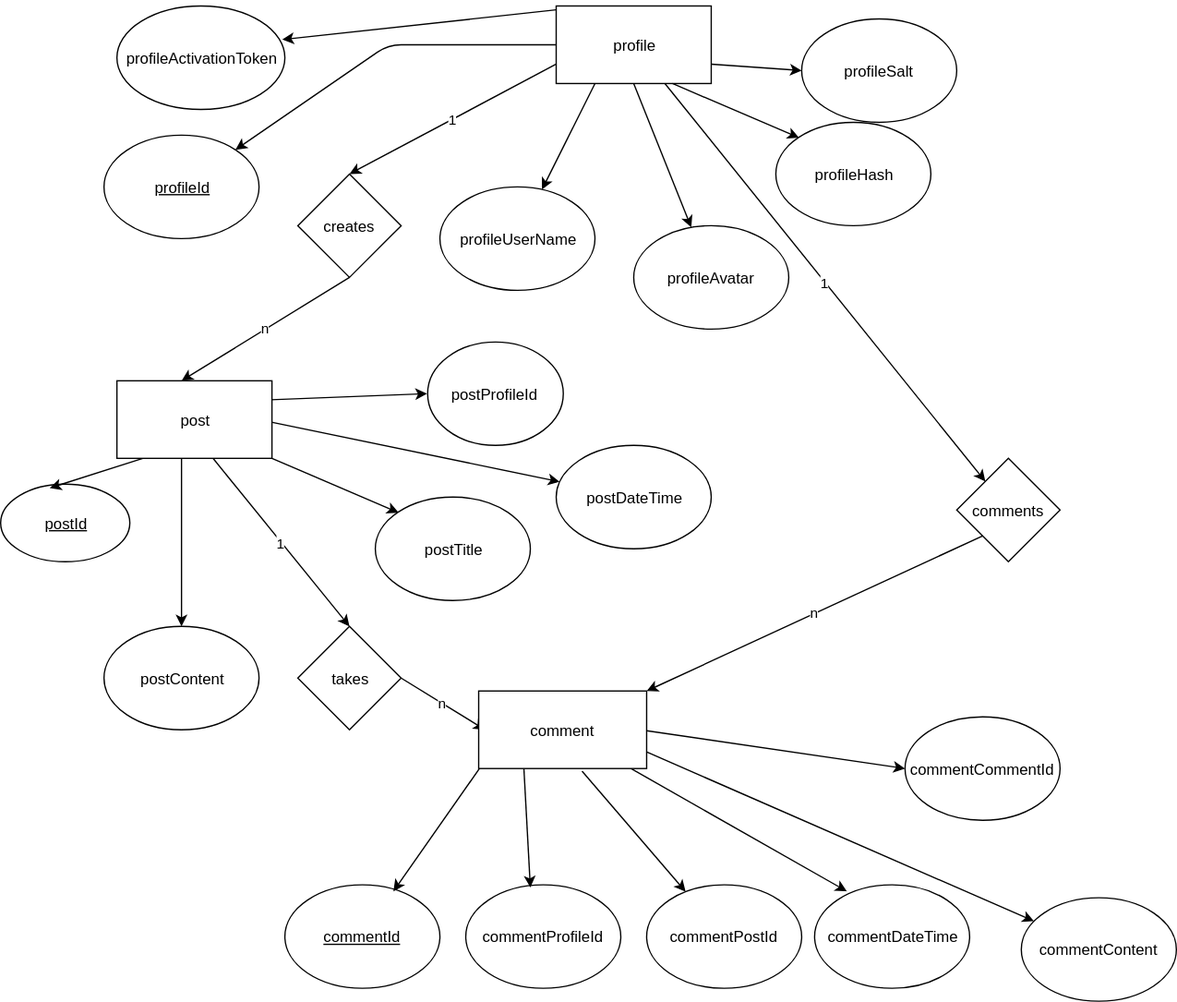
Earlier version of the draw.io export images/datadesignerd.svg (Npascetti/data-design). Source tidied: cells renumbered, new cells last; positions are measured from the earlier drawing's top-left corner, leaving out a move shared by most shapes. The source it was exported from:
```xml
<mxGraphModel background="#ffffff">
  <root>
    <mxCell id="0" />
    <mxCell id="1" parent="0" />
    <mxCell id="2" value="profile" style="rounded=0;whiteSpace=wrap;html=1;fontFamily=Helvetica;" parent="1" vertex="1">
      <mxGeometry x="430" width="120" height="60" as="geometry" />
    </mxCell>
    <mxCell id="3" style="endArrow=classic;html=1;fontFamily=Helvetica;exitX=0;exitY=0.5;" parent="1" edge="1" source="2" target="4">
      <mxGeometry relative="1" as="geometry">
        <Array as="points">
          <mxPoint x="300" y="30" />
        </Array>
      </mxGeometry>
    </mxCell>
    <mxCell id="4" value="&lt;u&gt;profileId&lt;/u&gt;" style="ellipse;whiteSpace=wrap;html=1;" parent="1" vertex="1">
      <mxGeometry x="80" y="100" width="120" height="80" as="geometry" />
    </mxCell>
    <mxCell id="5" style="endArrow=classic;html=1;fontFamily=Helvetica;exitX=0.25;exitY=1;" parent="1" edge="1" source="2" target="9">
      <mxGeometry relative="1" as="geometry" />
    </mxCell>
    <mxCell id="6" style="endArrow=classic;html=1;fontFamily=Helvetica;exitX=0.5;exitY=1;" parent="1" edge="1" source="2" target="10">
      <mxGeometry relative="1" as="geometry" />
    </mxCell>
    <mxCell id="7" style="endArrow=classic;html=1;fontFamily=Helvetica;exitX=1;exitY=0.75;entryX=0;entryY=0.5;" parent="1" edge="1" source="2" target="12">
      <mxGeometry relative="1" as="geometry" />
    </mxCell>
    <mxCell id="8" style="endArrow=classic;html=1;fontFamily=Helvetica;exitX=0.75;exitY=1;entryX=0;entryY=0;" parent="1" edge="1" source="2" target="11">
      <mxGeometry relative="1" as="geometry" />
    </mxCell>
    <mxCell id="9" value="profileUserName" style="ellipse;whiteSpace=wrap;html=1;" parent="1" vertex="1">
      <mxGeometry x="340" y="140" width="120" height="80" as="geometry" />
    </mxCell>
    <mxCell id="10" value="profileAvatar" style="ellipse;whiteSpace=wrap;html=1;" parent="1" vertex="1">
      <mxGeometry x="490" y="170" width="120" height="80" as="geometry" />
    </mxCell>
    <mxCell id="11" value="profileHash" style="ellipse;whiteSpace=wrap;html=1;fontFamily=Helvetica;" parent="1" vertex="1">
      <mxGeometry x="600" y="90" width="120" height="80" as="geometry" />
    </mxCell>
    <mxCell id="12" value="profileSalt" style="ellipse;whiteSpace=wrap;html=1;fontFamily=Helvetica;" parent="1" vertex="1">
      <mxGeometry x="620" y="10" width="120" height="80" as="geometry" />
    </mxCell>
    <mxCell id="13" value="profileActivationToken" style="ellipse;whiteSpace=wrap;html=1;fontFamily=Helvetica;" parent="1" vertex="1">
      <mxGeometry x="90" width="130" height="80" as="geometry" />
    </mxCell>
    <mxCell id="14" style="endArrow=classic;html=1;fontFamily=Helvetica;exitX=0;exitY=0.05;exitPerimeter=0;entryX=0.983;entryY=0.325;entryPerimeter=0;" parent="1" edge="1" source="2" target="13">
      <mxGeometry relative="1" as="geometry" />
    </mxCell>
    <mxCell id="15" value="creates" style="rhombus;whiteSpace=wrap;html=1;fontFamily=Helvetica;" parent="1" vertex="1">
      <mxGeometry x="230" y="130" width="80" height="80" as="geometry" />
    </mxCell>
    <mxCell id="16" value="1" style="endArrow=classic;html=1;fontFamily=Helvetica;exitX=0;exitY=0.75;entryX=0.5;entryY=0;" parent="1" edge="1" source="2" target="15">
      <mxGeometry relative="1" as="geometry" />
    </mxCell>
    <mxCell id="17" value="n" style="endArrow=classic;html=1;fontFamily=Helvetica;exitX=0.5;exitY=1;entryX=0.5;entryY=0;" parent="1" edge="1" source="15">
      <mxGeometry relative="1" as="geometry">
        <mxPoint x="140" y="290" as="targetPoint" />
      </mxGeometry>
    </mxCell>
    <mxCell id="18" value="&lt;u&gt;postId&lt;/u&gt;" style="ellipse;whiteSpace=wrap;html=1;fontFamily=Helvetica;" parent="1" vertex="1">
      <mxGeometry y="370" width="100" height="60" as="geometry" />
    </mxCell>
    <mxCell id="19" style="endArrow=classic;html=1;fontFamily=Helvetica;exitX=0.25;exitY=1;entryX=0.38;entryY=0.05;entryPerimeter=0;" parent="1" edge="1" target="18">
      <mxGeometry relative="1" as="geometry">
        <mxPoint x="110" y="350" as="sourcePoint" />
      </mxGeometry>
    </mxCell>
    <mxCell id="20" style="endArrow=classic;html=1;fontFamily=Helvetica;exitX=1;exitY=0.25;entryX=0;entryY=0.5;" parent="1" edge="1" target="21">
      <mxGeometry relative="1" as="geometry">
        <mxPoint x="200" y="305" as="sourcePoint" />
      </mxGeometry>
    </mxCell>
    <mxCell id="21" value="postProfileId" style="ellipse;whiteSpace=wrap;html=1;fontFamily=Helvetica;" parent="1" vertex="1">
      <mxGeometry x="330" y="260" width="105" height="80" as="geometry" />
    </mxCell>
    <mxCell id="22" value="postDateTime" style="ellipse;whiteSpace=wrap;html=1;fontFamily=Helvetica;" parent="1" vertex="1">
      <mxGeometry x="430" y="340" width="120" height="80" as="geometry" />
    </mxCell>
    <mxCell id="23" value="postTitle" style="ellipse;whiteSpace=wrap;html=1;fontFamily=Helvetica;" parent="1" vertex="1">
      <mxGeometry x="290" y="380" width="120" height="80" as="geometry" />
    </mxCell>
    <mxCell id="24" value="postContent" style="ellipse;whiteSpace=wrap;html=1;fontFamily=Helvetica;" parent="1" vertex="1">
      <mxGeometry x="80" y="480" width="120" height="80" as="geometry" />
    </mxCell>
    <mxCell id="25" style="endArrow=classic;html=1;fontFamily=Helvetica;exitX=1;exitY=0.5;" parent="1" edge="1" target="22">
      <mxGeometry relative="1" as="geometry">
        <mxPoint x="200" y="320" as="sourcePoint" />
      </mxGeometry>
    </mxCell>
    <mxCell id="26" style="endArrow=classic;html=1;fontFamily=Helvetica;entryX=0;entryY=0;" parent="1" edge="1" target="23">
      <mxGeometry relative="1" as="geometry">
        <mxPoint x="200" y="345.7" as="sourcePoint" />
      </mxGeometry>
    </mxCell>
    <mxCell id="27" style="endArrow=classic;html=1;fontFamily=Helvetica;exitX=0.5;exitY=1;entryX=0.5;entryY=0;" parent="1" edge="1" target="24">
      <mxGeometry relative="1" as="geometry">
        <mxPoint x="140" y="350" as="sourcePoint" />
      </mxGeometry>
    </mxCell>
    <mxCell id="28" value="takes" style="rhombus;whiteSpace=wrap;html=1;fontFamily=Helvetica;" parent="1" vertex="1">
      <mxGeometry x="230" y="480" width="80" height="80" as="geometry" />
    </mxCell>
    <mxCell id="29" value="1" style="endArrow=classic;html=1;fontFamily=Helvetica;entryX=0.5;entryY=0;" parent="1" edge="1" target="28">
      <mxGeometry relative="1" as="geometry">
        <mxPoint x="164.4" y="350" as="sourcePoint" />
      </mxGeometry>
    </mxCell>
    <mxCell id="30" value="n" style="endArrow=classic;html=1;fontFamily=Helvetica;exitX=1;exitY=0.5;entryX=0;entryY=0.5;" parent="1" edge="1" source="28">
      <mxGeometry relative="1" as="geometry">
        <mxPoint x="375" y="560" as="targetPoint" />
      </mxGeometry>
    </mxCell>
    <mxCell id="31" value="commentId" style="ellipse;whiteSpace=wrap;html=1;fontFamily=Helvetica;fontStyle=4;" parent="1" vertex="1">
      <mxGeometry x="220" y="680" width="120" height="80" as="geometry" />
    </mxCell>
    <mxCell id="32" value="commentProfileId" style="ellipse;whiteSpace=wrap;html=1;fontFamily=Helvetica;" parent="1" vertex="1">
      <mxGeometry x="360" y="680" width="120" height="80" as="geometry" />
    </mxCell>
    <mxCell id="33" value="commentDateTime" style="ellipse;whiteSpace=wrap;html=1;fontFamily=Helvetica;" parent="1" vertex="1">
      <mxGeometry x="630" y="680" width="120" height="80" as="geometry" />
    </mxCell>
    <mxCell id="34" value="commentContent" style="ellipse;whiteSpace=wrap;html=1;fontFamily=Helvetica;" parent="1" vertex="1">
      <mxGeometry x="790" y="690" width="120" height="80" as="geometry" />
    </mxCell>
    <mxCell id="35" value="commentPostId" style="ellipse;whiteSpace=wrap;html=1;fontFamily=Helvetica;" parent="1" vertex="1">
      <mxGeometry x="500" y="680" width="120" height="80" as="geometry" />
    </mxCell>
    <mxCell id="36" style="endArrow=classic;html=1;fontFamily=Helvetica;exitX=-0.025;exitY=0.967;exitPerimeter=0;entryX=0.7;entryY=0.063;entryPerimeter=0;" parent="1" edge="1" target="31">
      <mxGeometry relative="1" as="geometry">
        <mxPoint x="372" y="588" as="sourcePoint" />
      </mxGeometry>
    </mxCell>
    <mxCell id="37" style="endArrow=classic;html=1;fontFamily=Helvetica;exitX=0.25;exitY=1;entryX=0.417;entryY=0.025;entryPerimeter=0;" parent="1" edge="1" target="32">
      <mxGeometry relative="1" as="geometry">
        <mxPoint x="405" y="590" as="sourcePoint" />
      </mxGeometry>
    </mxCell>
    <mxCell id="38" style="endArrow=classic;html=1;fontFamily=Helvetica;exitX=0.625;exitY=1.033;exitPerimeter=0;" parent="1" edge="1" target="35">
      <mxGeometry relative="1" as="geometry">
        <mxPoint x="450" y="592" as="sourcePoint" />
      </mxGeometry>
    </mxCell>
    <mxCell id="39" style="endArrow=classic;html=1;fontFamily=Helvetica;entryX=0.208;entryY=0.063;entryPerimeter=0;" parent="1" edge="1" target="33">
      <mxGeometry relative="1" as="geometry">
        <mxPoint x="487.8" y="590" as="sourcePoint" />
      </mxGeometry>
    </mxCell>
    <mxCell id="40" style="endArrow=classic;html=1;fontFamily=Helvetica;exitX=1;exitY=0.75;" parent="1" edge="1" target="34">
      <mxGeometry relative="1" as="geometry">
        <mxPoint x="495" y="575" as="sourcePoint" />
      </mxGeometry>
    </mxCell>
    <mxCell id="41" value="1" style="endArrow=classic;html=1;fontFamily=Helvetica;" parent="1" edge="1" source="2" target="42">
      <mxGeometry relative="1" as="geometry" />
    </mxCell>
    <mxCell id="42" value="comments" style="rhombus;whiteSpace=wrap;html=1;fontFamily=Helvetica;rotation=0;" parent="1" vertex="1">
      <mxGeometry x="740" y="350" width="80" height="80" as="geometry" />
    </mxCell>
    <mxCell id="43" value="n" style="endArrow=classic;html=1;fontFamily=Helvetica;exitX=0;exitY=1;entryX=1.042;entryY=0;entryPerimeter=0;" parent="1" edge="1" source="42">
      <mxGeometry relative="1" as="geometry">
        <mxPoint x="500" y="530" as="targetPoint" />
      </mxGeometry>
    </mxCell>
    <mxCell id="44" style="endArrow=classic;html=1;fontFamily=Helvetica;exitX=1;exitY=0.5;entryX=0;entryY=0.5;" parent="1" edge="1" target="45">
      <mxGeometry relative="1" as="geometry">
        <mxPoint x="495" y="560" as="sourcePoint" />
      </mxGeometry>
    </mxCell>
    <mxCell id="45" value="commentCommentId" style="ellipse;whiteSpace=wrap;html=1;fontFamily=Helvetica;" parent="1" vertex="1">
      <mxGeometry x="700" y="550" width="120" height="80" as="geometry" />
    </mxCell>
    <mxCell id="46" value="post" style="rounded=0;whiteSpace=wrap;html=1;fontFamily=Helvetica;" parent="1" vertex="1">
      <mxGeometry x="90" y="290" width="120" height="60" as="geometry" />
    </mxCell>
    <mxCell id="47" value="comment" style="rounded=0;whiteSpace=wrap;html=1;fontFamily=Helvetica;" parent="1" vertex="1">
      <mxGeometry x="370" y="530" width="130" height="60" as="geometry" />
    </mxCell>
  </root>
</mxGraphModel>
```
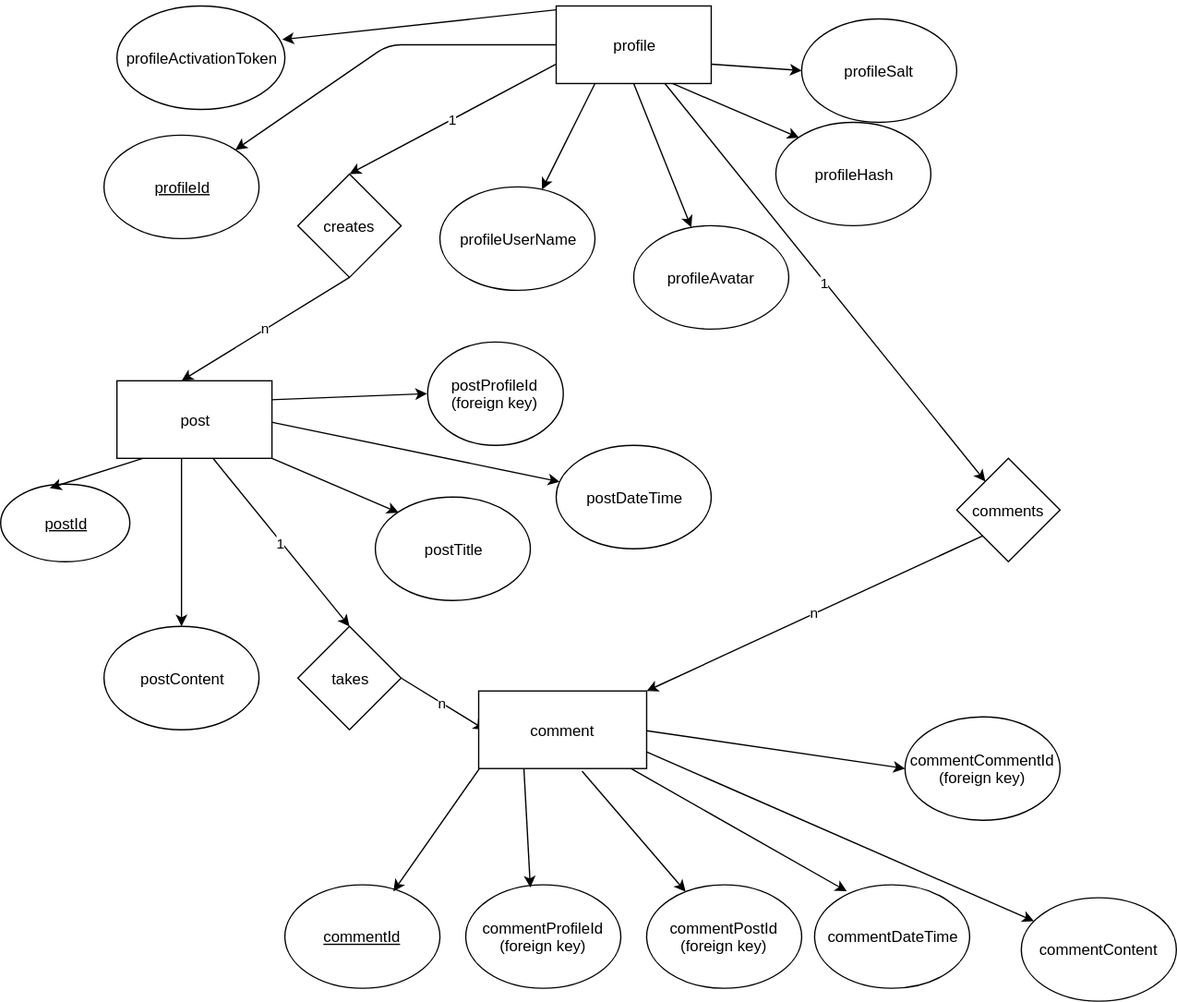
After the change.

Commit message:
updated erd diagram

Diff of the diagram source:
```diff
@@ -69,7 +69,7 @@
         <mxPoint x="200" y="305" as="sourcePoint" />
       </mxGeometry>
     </mxCell>
-    <mxCell id="21" value="postProfileId" style="ellipse;whiteSpace=wrap;html=1;fontFamily=Helvetica;" parent="1" vertex="1">
+    <mxCell id="21" value="postProfileId (foreign key)" style="ellipse;whiteSpace=wrap;html=1;fontFamily=Helvetica;" parent="1" vertex="1">
       <mxGeometry x="330" y="260" width="105" height="80" as="geometry" />
     </mxCell>
     <mxCell id="22" value="postDateTime" style="ellipse;whiteSpace=wrap;html=1;fontFamily=Helvetica;" parent="1" vertex="1">
@@ -112,7 +112,7 @@
     <mxCell id="31" value="commentId" style="ellipse;whiteSpace=wrap;html=1;fontFamily=Helvetica;fontStyle=4;" parent="1" vertex="1">
       <mxGeometry x="220" y="680" width="120" height="80" as="geometry" />
     </mxCell>
-    <mxCell id="32" value="commentProfileId" style="ellipse;whiteSpace=wrap;html=1;fontFamily=Helvetica;" parent="1" vertex="1">
+    <mxCell id="32" value="commentProfileId (foreign key)" style="ellipse;whiteSpace=wrap;html=1;fontFamily=Helvetica;" parent="1" vertex="1">
       <mxGeometry x="360" y="680" width="120" height="80" as="geometry" />
     </mxCell>
     <mxCell id="33" value="commentDateTime" style="ellipse;whiteSpace=wrap;html=1;fontFamily=Helvetica;" parent="1" vertex="1">
@@ -121,7 +121,7 @@
     <mxCell id="34" value="commentContent" style="ellipse;whiteSpace=wrap;html=1;fontFamily=Helvetica;" parent="1" vertex="1">
       <mxGeometry x="790" y="690" width="120" height="80" as="geometry" />
     </mxCell>
-    <mxCell id="35" value="commentPostId" style="ellipse;whiteSpace=wrap;html=1;fontFamily=Helvetica;" parent="1" vertex="1">
+    <mxCell id="35" value="commentPostId (foreign key)" style="ellipse;whiteSpace=wrap;html=1;fontFamily=Helvetica;" parent="1" vertex="1">
       <mxGeometry x="500" y="680" width="120" height="80" as="geometry" />
     </mxCell>
     <mxCell id="36" style="endArrow=classic;html=1;fontFamily=Helvetica;exitX=-0.025;exitY=0.967;exitPerimeter=0;entryX=0.7;entryY=0.063;entryPerimeter=0;" parent="1" edge="1" target="31">
@@ -165,7 +165,7 @@
         <mxPoint x="495" y="560" as="sourcePoint" />
       </mxGeometry>
     </mxCell>
-    <mxCell id="45" value="commentCommentId" style="ellipse;whiteSpace=wrap;html=1;fontFamily=Helvetica;" parent="1" vertex="1">
+    <mxCell id="45" value="commentCommentId (foreign key)" style="ellipse;whiteSpace=wrap;html=1;fontFamily=Helvetica;" parent="1" vertex="1">
       <mxGeometry x="700" y="550" width="120" height="80" as="geometry" />
     </mxCell>
     <mxCell id="46" value="post" style="rounded=0;whiteSpace=wrap;html=1;fontFamily=Helvetica;" parent="1" vertex="1">
```
